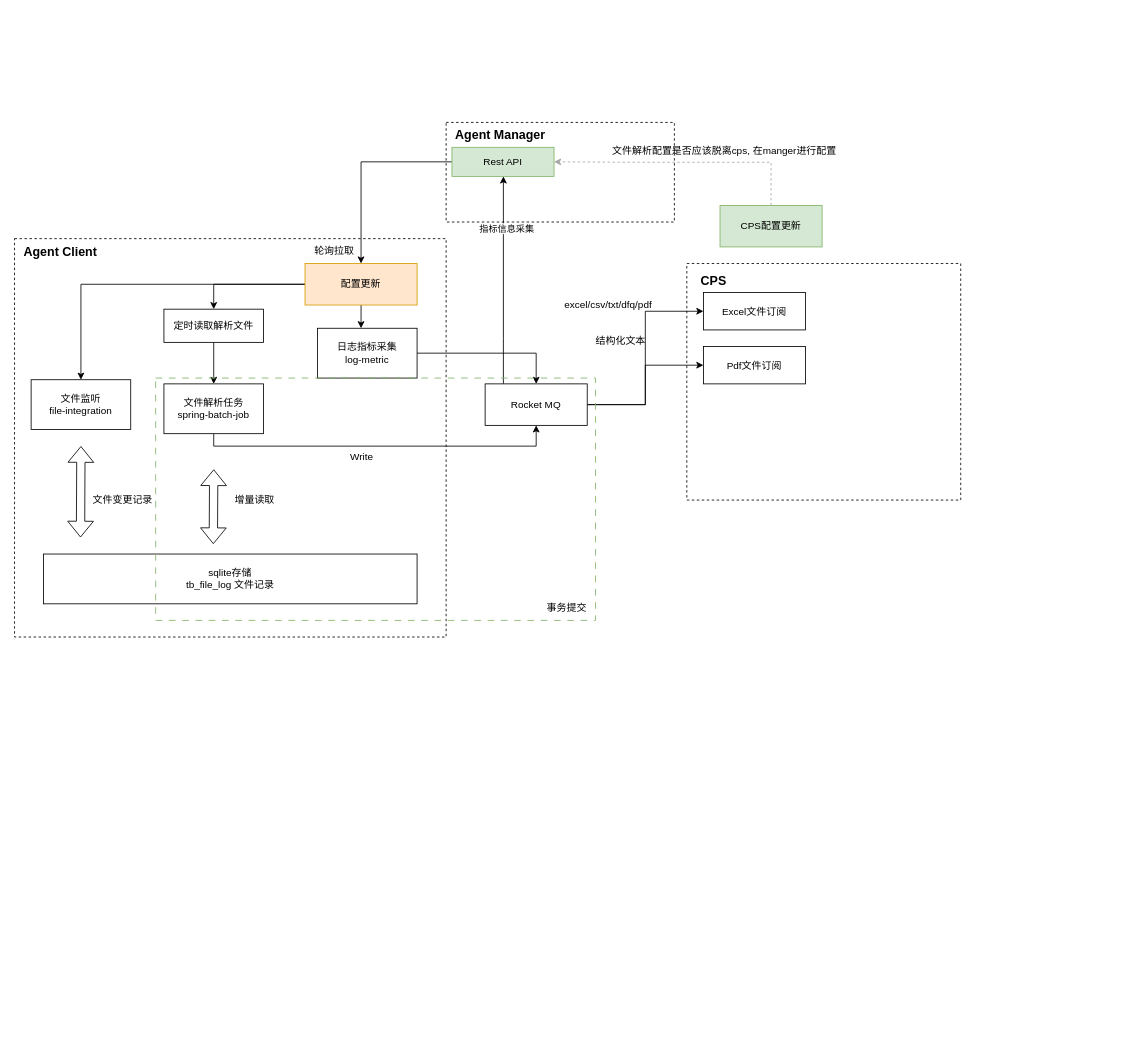
This is 文件解析整体设计.drawio from liangleiA/MyRepository, a draw.io file, before an edit. Source tidied: cells renumbered, new cells numbered last; positions are measured from the earlier drawing's top-left corner, leaving out a move shared by most shapes. Both pictures are drawn from the tidied source at 83%, with x=0, y=0 at pixel (14, 122).
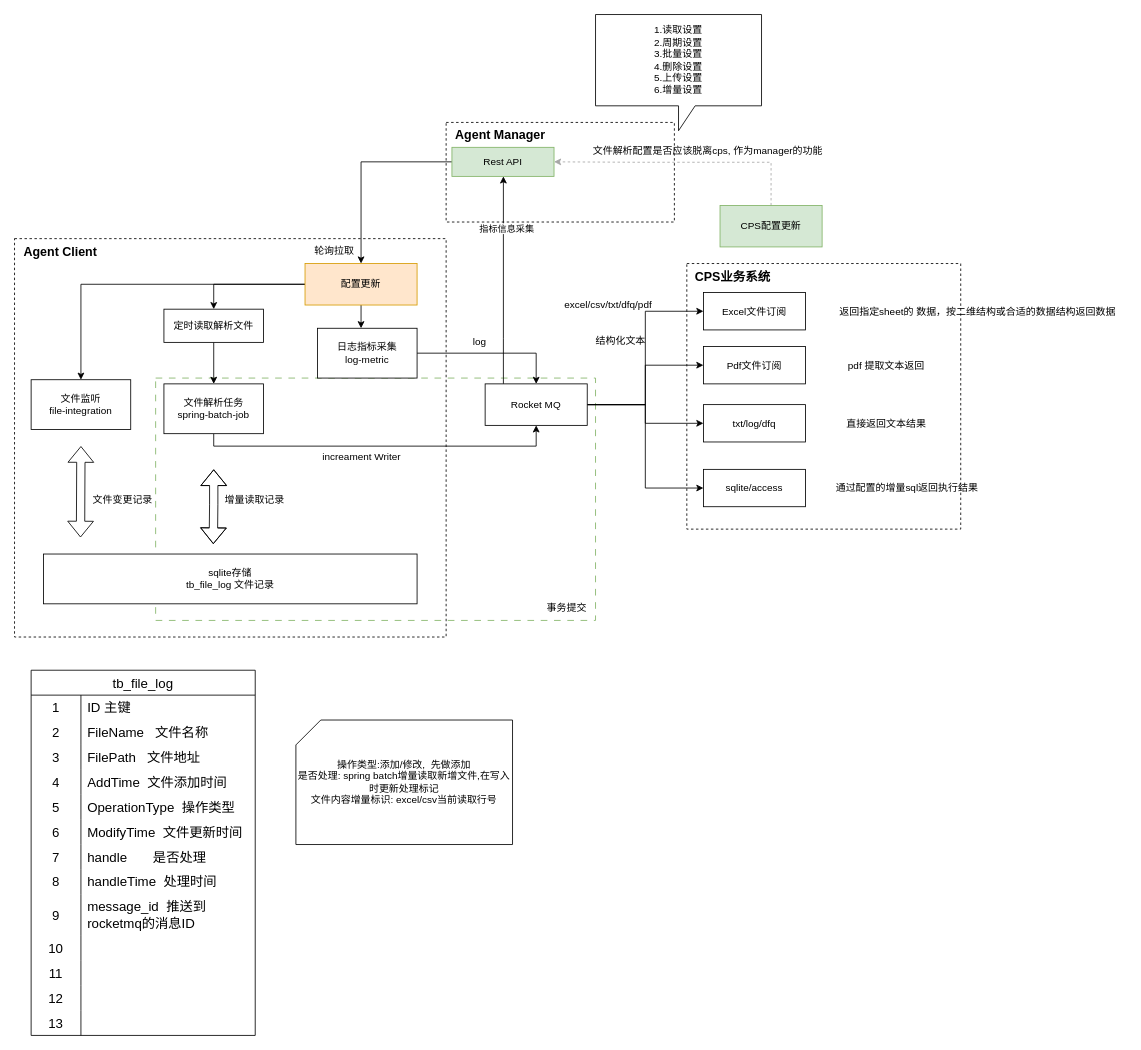
After the change.

Commit message:
更新文件解析整体设计.drawio

Unchanged cells that the change refers to:
```xml
<mxCell id="20" value="Rocket MQ" style="rounded=0;whiteSpace=wrap;html=1;" parent="1" vertex="1">
  <mxGeometry x="567" y="315" width="123" height="50" as="geometry" />
</mxCell>
```

Diff of the diagram source:
```diff
@@
+    <mxCell id="40" style="rounded=0;whiteSpace=wrap;html=1;fillColor=none;dashed=1;dashPattern=8 8;strokeColor=#82B366;" parent="1" vertex="1">
+      <mxGeometry x="170" y="308" width="530" height="292" as="geometry" />
+    </mxCell>
@@
+    <mxCell id="42" style="edgeStyle=orthogonalEdgeStyle;rounded=0;jettySize=auto;html=1;" parent="1" edge="1" source="20" target="46">
+      <mxGeometry relative="1" as="geometry" />
+    </mxCell>
+    <mxCell id="43" style="edgeStyle=orthogonalEdgeStyle;rounded=0;jettySize=auto;html=1;entryX=0;entryY=0.5;entryDx=0;entryDy=0;" parent="1" edge="1" source="20" target="48">
+      <mxGeometry relative="1" as="geometry" />
+    </mxCell>
@@
-    <mxCell id="21" value="Write" style="text;html=1;align=center;verticalAlign=middle;strokeColor=none;fillColor=none;" parent="1" vertex="1">
-      <mxGeometry x="392.5" y="388" width="50" height="30" as="geometry" />
+    <mxCell id="21" value="increament Writer" style="text;html=1;align=center;verticalAlign=middle;strokeColor=none;fillColor=none;" parent="1" vertex="1">
+      <mxGeometry x="357.5" y="388" width="120" height="30" as="geometry" />
     </mxCell>
@@
-    <mxCell id="24" value="增量读取" style="text;html=1;align=center;verticalAlign=middle;strokeColor=none;fillColor=none;" parent="1" vertex="1">
-      <mxGeometry x="254" y="440" width="70" height="30" as="geometry" />
+    <mxCell id="24" value="增量读取记录" style="text;html=1;align=center;verticalAlign=middle;strokeColor=none;fillColor=none;" parent="1" vertex="1">
+      <mxGeometry x="239" y="440" width="100" height="30" as="geometry" />
     </mxCell>
@@
-    <mxCell id="33" value="文件解析配置是否应该脱离cps, 在manger进行配置" style="text;html=1;align=center;verticalAlign=middle;strokeColor=none;fillColor=none;" parent="1" vertex="1">
-      <mxGeometry x="710" y="20" width="290" height="30" as="geometry" />
+    <mxCell id="33" value="文件解析配置是否应该脱离cps, 作为manager的功能" style="text;html=1;align=center;verticalAlign=middle;strokeColor=none;fillColor=none;" parent="1" vertex="1">
+      <mxGeometry x="685" y="20" width="300" height="30" as="geometry" />
     </mxCell>
     <mxCell id="34" style="rounded=0;whiteSpace=wrap;html=1;dashed=1;fillColor=none;" parent="1" vertex="1">
-      <mxGeometry x="810" y="170" width="330" height="285" as="geometry" />
+      <mxGeometry x="810" y="170" width="330" height="320" as="geometry" />
     </mxCell>
-    <mxCell id="35" value="CPS" style="text;html=1;align=center;verticalAlign=middle;strokeColor=none;fillColor=none;fontStyle=1;fontSize=15;" parent="1" vertex="1">
-      <mxGeometry x="817" y="175" width="50" height="30" as="geometry" />
+    <mxCell id="35" value="CPS业务系统" style="text;html=1;align=center;verticalAlign=middle;strokeColor=none;fillColor=none;fontStyle=1;fontSize=15;" parent="1" vertex="1">
+      <mxGeometry x="810" y="170" width="110" height="30" as="geometry" />
     </mxCell>
@@
     <mxCell id="39" style="shape=flexArrow;endArrow=classic;startArrow=classic;html=1;rounded=0;" parent="1" edge="1">
       <mxGeometry relative="1" as="geometry">
         <mxPoint x="239.5" y="508" as="sourcePoint" />
         <mxPoint x="240" y="418" as="targetPoint" />
+        <Array as="points">
+          <mxPoint x="240" y="460" />
+        </Array>
       </mxGeometry>
     </mxCell>
-    <mxCell id="40" style="rounded=0;whiteSpace=wrap;html=1;fillColor=none;dashed=1;dashPattern=8 8;strokeColor=#82B366;" parent="1" vertex="1">
-      <mxGeometry x="170" y="308" width="530" height="292" as="geometry" />
-    </mxCell>
@@
+    <mxCell id="44" value="&lt;div class=&quot;lake-content&quot;&gt;返回指定sheet的 数据，按二维结构或合适的数据结构返回数据&lt;/div&gt;" style="text;html=1;align=center;verticalAlign=middle;strokeColor=none;fillColor=none;" parent="1" vertex="1">
+      <mxGeometry x="980" y="212.5" width="360" height="30" as="geometry" />
+    </mxCell>
+    <mxCell id="45" value="&lt;div class=&quot;lake-content&quot;&gt;pdf 提取文本返回&lt;/div&gt;" style="text;html=1;align=center;verticalAlign=middle;strokeColor=none;fillColor=none;" parent="1" vertex="1">
+      <mxGeometry x="990" y="277.5" width="120" height="30" as="geometry" />
+    </mxCell>
+    <mxCell id="46" value="txt/log/dfq" style="rounded=0;whiteSpace=wrap;html=1;" parent="1" vertex="1">
+      <mxGeometry x="830" y="340" width="123" height="45" as="geometry" />
+    </mxCell>
+    <mxCell id="47" value="&lt;div class=&quot;lake-content&quot;&gt;直接返回文本结果&lt;/div&gt;" style="text;html=1;align=center;verticalAlign=middle;strokeColor=none;fillColor=none;" parent="1" vertex="1">
+      <mxGeometry x="990" y="347.5" width="120" height="30" as="geometry" />
+    </mxCell>
+    <mxCell id="48" value="sqlite/access" style="rounded=0;whiteSpace=wrap;html=1;" parent="1" vertex="1">
+      <mxGeometry x="830" y="418" width="123" height="45" as="geometry" />
+    </mxCell>
+    <mxCell id="49" value="通过配置的增量sql返回执行结果" style="text;html=1;align=center;verticalAlign=middle;strokeColor=none;fillColor=none;" parent="1" vertex="1">
+      <mxGeometry x="980" y="425.5" width="190" height="30" as="geometry" />
+    </mxCell>
+    <mxCell id="50" value="log" style="text;html=1;align=center;verticalAlign=middle;strokeColor=none;fillColor=none;" parent="1" vertex="1">
+      <mxGeometry x="540" y="250" width="40" height="30" as="geometry" />
+    </mxCell>
+    <mxCell id="51" value="1.读取设置&lt;br&gt;2.周期设置&lt;br&gt;3.批量设置&lt;br&gt;4.删除设置&lt;br&gt;5.上传设置&lt;br&gt;6.增量设置" style="shape=callout;whiteSpace=wrap;html=1;perimeter=calloutPerimeter;" parent="1" vertex="1">
+      <mxGeometry x="700" y="-130" width="200" height="140" as="geometry" />
+    </mxCell>
+    <mxCell id="52" value="tb_file_log" style="shape=table;startSize=30;childLayout=tableLayout;rowLines=0;fontStyle=0;strokeColor=default;fontSize=16;" parent="1" vertex="1">
+      <mxGeometry x="20" y="660" width="270" height="440" as="geometry" />
+    </mxCell>
+    <mxCell id="53" style="shape=tableRow;horizontal=0;startSize=0;swimlaneHead=0;swimlaneBody=0;top=0;left=0;bottom=0;right=0;fillColor=none;strokeColor=inherit;fontSize=16;" parent="52" vertex="1">
+      <mxGeometry y="30" width="270" height="30" as="geometry" />
+    </mxCell>
+    <mxCell id="54" value="1" style="shape=partialRectangle;html=1;whiteSpace=wrap;fillColor=none;top=0;left=0;bottom=0;right=0;overflow=hidden;strokeColor=inherit;fontSize=16;" parent="53" vertex="1">
+      <mxGeometry width="60" height="30" as="geometry" />
+    </mxCell>
+    <mxCell id="55" value="ID 主键" style="shape=partialRectangle;html=1;whiteSpace=wrap;fillColor=none;top=0;left=0;bottom=0;right=0;align=left;spacingLeft=6;overflow=hidden;strokeColor=inherit;fontSize=16;" parent="53" vertex="1">
+      <mxGeometry x="60" width="210" height="30" as="geometry" />
+    </mxCell>
+    <mxCell id="56" style="shape=tableRow;horizontal=0;startSize=0;swimlaneHead=0;swimlaneBody=0;top=0;left=0;bottom=0;right=0;fillColor=none;strokeColor=inherit;fontSize=16;" parent="52" vertex="1">
+      <mxGeometry y="60" width="270" height="30" as="geometry" />
+    </mxCell>
+    <mxCell id="57" value="2" style="shape=partialRectangle;html=1;whiteSpace=wrap;fillColor=none;top=0;left=0;bottom=0;right=0;overflow=hidden;strokeColor=inherit;fontSize=16;" parent="56" vertex="1">
+      <mxGeometry width="60" height="30" as="geometry" />
+    </mxCell>
+    <mxCell id="58" value="FileName&amp;nbsp; &amp;nbsp;文件名称" style="shape=partialRectangle;html=1;whiteSpace=wrap;fillColor=none;top=0;left=0;bottom=0;right=0;align=left;spacingLeft=6;overflow=hidden;strokeColor=inherit;fontSize=16;" parent="56" vertex="1">
+      <mxGeometry x="60" width="210" height="30" as="geometry" />
+    </mxCell>
+    <mxCell id="59" style="shape=tableRow;horizontal=0;startSize=0;swimlaneHead=0;swimlaneBody=0;top=0;left=0;bottom=0;right=0;fillColor=none;strokeColor=inherit;fontSize=16;" parent="52" vertex="1">
+      <mxGeometry y="90" width="270" height="30" as="geometry" />
+    </mxCell>
+    <mxCell id="60" value="3" style="shape=partialRectangle;html=1;whiteSpace=wrap;fillColor=none;top=0;left=0;bottom=0;right=0;overflow=hidden;strokeColor=inherit;fontSize=16;" parent="59" vertex="1">
+      <mxGeometry width="60" height="30" as="geometry" />
+    </mxCell>
+    <mxCell id="61" value="FilePath&amp;nbsp; &amp;nbsp;文件地址" style="shape=partialRectangle;html=1;whiteSpace=wrap;fillColor=none;top=0;left=0;bottom=0;right=0;align=left;spacingLeft=6;overflow=hidden;strokeColor=inherit;fontSize=16;" parent="59" vertex="1">
+      <mxGeometry x="60" width="210" height="30" as="geometry" />
+    </mxCell>
+    <mxCell id="62" style="shape=tableRow;horizontal=0;startSize=0;swimlaneHead=0;swimlaneBody=0;top=0;left=0;bottom=0;right=0;fillColor=none;strokeColor=inherit;fontSize=16;" parent="52" vertex="1">
+      <mxGeometry y="120" width="270" height="30" as="geometry" />
+    </mxCell>
+    <mxCell id="63" value="4" style="shape=partialRectangle;html=1;whiteSpace=wrap;fillColor=none;top=0;left=0;bottom=0;right=0;overflow=hidden;strokeColor=inherit;fontSize=16;" parent="62" vertex="1">
+      <mxGeometry width="60" height="30" as="geometry" />
+    </mxCell>
+    <mxCell id="64" value="AddTime&amp;nbsp; 文件添加时间" style="shape=partialRectangle;html=1;whiteSpace=wrap;fillColor=none;top=0;left=0;bottom=0;right=0;align=left;spacingLeft=6;overflow=hidden;strokeColor=inherit;fontSize=16;" parent="62" vertex="1">
+      <mxGeometry x="60" width="210" height="30" as="geometry" />
+    </mxCell>
+    <mxCell id="65" style="shape=tableRow;horizontal=0;startSize=0;swimlaneHead=0;swimlaneBody=0;top=0;left=0;bottom=0;right=0;fillColor=none;strokeColor=inherit;fontSize=16;" parent="52" vertex="1">
+      <mxGeometry y="150" width="270" height="30" as="geometry" />
+    </mxCell>
+    <mxCell id="66" value="5" style="shape=partialRectangle;html=1;whiteSpace=wrap;fillColor=none;top=0;left=0;bottom=0;right=0;overflow=hidden;strokeColor=inherit;fontSize=16;" parent="65" vertex="1">
+      <mxGeometry width="60" height="30" as="geometry" />
+    </mxCell>
+    <mxCell id="67" value="OperationType&amp;nbsp; 操作类型" style="shape=partialRectangle;html=1;whiteSpace=wrap;fillColor=none;top=0;left=0;bottom=0;right=0;align=left;spacingLeft=6;overflow=hidden;strokeColor=inherit;fontSize=16;" parent="65" vertex="1">
+      <mxGeometry x="60" width="210" height="30" as="geometry" />
+    </mxCell>
+    <mxCell id="68" style="shape=tableRow;horizontal=0;startSize=0;swimlaneHead=0;swimlaneBody=0;top=0;left=0;bottom=0;right=0;fillColor=none;strokeColor=inherit;fontSize=16;" parent="52" vertex="1">
+      <mxGeometry y="180" width="270" height="30" as="geometry" />
+    </mxCell>
+    <mxCell id="69" value="6" style="shape=partialRectangle;html=1;whiteSpace=wrap;fillColor=none;top=0;left=0;bottom=0;right=0;overflow=hidden;strokeColor=inherit;fontSize=16;" parent="68" vertex="1">
+      <mxGeometry width="60" height="30" as="geometry" />
+    </mxCell>
+    <mxCell id="70" value="ModifyTime&amp;nbsp; 文件更新时间" style="shape=partialRectangle;html=1;whiteSpace=wrap;fillColor=none;top=0;left=0;bottom=0;right=0;align=left;spacingLeft=6;overflow=hidden;strokeColor=inherit;fontSize=16;" parent="68" vertex="1">
+      <mxGeometry x="60" width="210" height="30" as="geometry" />
+    </mxCell>
+    <mxCell id="71" style="shape=tableRow;horizontal=0;startSize=0;swimlaneHead=0;swimlaneBody=0;top=0;left=0;bottom=0;right=0;fillColor=none;strokeColor=inherit;fontSize=16;" parent="52" vertex="1">
+      <mxGeometry y="210" width="270" height="30" as="geometry" />
+    </mxCell>
+    <mxCell id="72" value="7" style="shape=partialRectangle;html=1;whiteSpace=wrap;fillColor=none;top=0;left=0;bottom=0;right=0;overflow=hidden;strokeColor=inherit;fontSize=16;" parent="71" vertex="1">
+      <mxGeometry width="60" height="30" as="geometry" />
+    </mxCell>
+    <mxCell id="73" value="handle&amp;nbsp; &amp;nbsp; &amp;nbsp; &amp;nbsp;是否处理" style="shape=partialRectangle;html=1;whiteSpace=wrap;fillColor=none;top=0;left=0;bottom=0;right=0;align=left;spacingLeft=6;overflow=hidden;strokeColor=inherit;fontSize=16;" parent="71" vertex="1">
+      <mxGeometry x="60" width="210" height="30" as="geometry" />
+    </mxCell>
+    <mxCell id="74" style="shape=tableRow;horizontal=0;startSize=0;swimlaneHead=0;swimlaneBody=0;top=0;left=0;bottom=0;right=0;fillColor=none;strokeColor=inherit;fontSize=16;" parent="52" vertex="1">
+      <mxGeometry y="240" width="270" height="30" as="geometry" />
+    </mxCell>
+    <mxCell id="75" value="8" style="shape=partialRectangle;html=1;whiteSpace=wrap;fillColor=none;top=0;left=0;bottom=0;right=0;overflow=hidden;strokeColor=inherit;fontSize=16;" parent="74" vertex="1">
+      <mxGeometry width="60" height="30" as="geometry" />
+    </mxCell>
+    <mxCell id="76" value="handleTime&amp;nbsp; 处理时间" style="shape=partialRectangle;html=1;whiteSpace=wrap;fillColor=none;top=0;left=0;bottom=0;right=0;align=left;spacingLeft=6;overflow=hidden;strokeColor=inherit;fontSize=16;" parent="74" vertex="1">
+      <mxGeometry x="60" width="210" height="30" as="geometry" />
+    </mxCell>
+    <mxCell id="77" style="shape=tableRow;horizontal=0;startSize=0;swimlaneHead=0;swimlaneBody=0;top=0;left=0;bottom=0;right=0;fillColor=none;strokeColor=inherit;fontSize=16;" parent="52" vertex="1">
+      <mxGeometry y="270" width="270" height="50" as="geometry" />
+    </mxCell>
+    <mxCell id="78" value="9" style="shape=partialRectangle;html=1;whiteSpace=wrap;fillColor=none;top=0;left=0;bottom=0;right=0;overflow=hidden;strokeColor=inherit;fontSize=16;" parent="77" vertex="1">
+      <mxGeometry width="60" height="50" as="geometry" />
+    </mxCell>
+    <mxCell id="79" value="message_id&amp;nbsp; 推送到rocketmq的消息ID" style="shape=partialRectangle;html=1;whiteSpace=wrap;fillColor=none;top=0;left=0;bottom=0;right=0;align=left;spacingLeft=6;overflow=hidden;strokeColor=inherit;fontSize=16;" parent="77" vertex="1">
+      <mxGeometry x="60" width="210" height="50" as="geometry" />
+    </mxCell>
+    <mxCell id="80" style="shape=tableRow;horizontal=0;startSize=0;swimlaneHead=0;swimlaneBody=0;top=0;left=0;bottom=0;right=0;fillColor=none;strokeColor=inherit;fontSize=16;" parent="52" vertex="1">
+      <mxGeometry y="320" width="270" height="30" as="geometry" />
+    </mxCell>
+    <mxCell id="81" value="10" style="shape=partialRectangle;html=1;whiteSpace=wrap;fillColor=none;top=0;left=0;bottom=0;right=0;overflow=hidden;strokeColor=inherit;fontSize=16;" parent="80" vertex="1">
+      <mxGeometry width="60" height="30" as="geometry" />
+    </mxCell>
+    <mxCell id="82" style="shape=partialRectangle;html=1;whiteSpace=wrap;fillColor=none;top=0;left=0;bottom=0;right=0;align=left;spacingLeft=6;overflow=hidden;strokeColor=inherit;fontSize=16;" parent="80" vertex="1">
+      <mxGeometry x="60" width="210" height="30" as="geometry" />
+    </mxCell>
+    <mxCell id="83" style="shape=tableRow;horizontal=0;startSize=0;swimlaneHead=0;swimlaneBody=0;top=0;left=0;bottom=0;right=0;fillColor=none;strokeColor=inherit;fontSize=16;" parent="52" vertex="1">
+      <mxGeometry y="350" width="270" height="30" as="geometry" />
+    </mxCell>
+    <mxCell id="84" value="11" style="shape=partialRectangle;html=1;whiteSpace=wrap;fillColor=none;top=0;left=0;bottom=0;right=0;overflow=hidden;strokeColor=inherit;fontSize=16;" parent="83" vertex="1">
+      <mxGeometry width="60" height="30" as="geometry" />
+    </mxCell>
+    <mxCell id="85" style="shape=partialRectangle;html=1;whiteSpace=wrap;fillColor=none;top=0;left=0;bottom=0;right=0;align=left;spacingLeft=6;overflow=hidden;strokeColor=inherit;fontSize=16;" parent="83" vertex="1">
+      <mxGeometry x="60" width="210" height="30" as="geometry" />
+    </mxCell>
+    <mxCell id="86" style="shape=tableRow;horizontal=0;startSize=0;swimlaneHead=0;swimlaneBody=0;top=0;left=0;bottom=0;right=0;fillColor=none;strokeColor=inherit;fontSize=16;" parent="52" vertex="1">
+      <mxGeometry y="380" width="270" height="30" as="geometry" />
+    </mxCell>
+    <mxCell id="87" value="12" style="shape=partialRectangle;html=1;whiteSpace=wrap;fillColor=none;top=0;left=0;bottom=0;right=0;overflow=hidden;strokeColor=inherit;fontSize=16;" parent="86" vertex="1">
+      <mxGeometry width="60" height="30" as="geometry" />
+    </mxCell>
+    <mxCell id="88" style="shape=partialRectangle;html=1;whiteSpace=wrap;fillColor=none;top=0;left=0;bottom=0;right=0;align=left;spacingLeft=6;overflow=hidden;strokeColor=inherit;fontSize=16;" parent="86" vertex="1">
+      <mxGeometry x="60" width="210" height="30" as="geometry" />
+    </mxCell>
+    <mxCell id="89" style="shape=tableRow;horizontal=0;startSize=0;swimlaneHead=0;swimlaneBody=0;top=0;left=0;bottom=0;right=0;fillColor=none;strokeColor=inherit;fontSize=16;" parent="52" vertex="1">
+      <mxGeometry y="410" width="270" height="30" as="geometry" />
+    </mxCell>
+    <mxCell id="90" value="13" style="shape=partialRectangle;html=1;whiteSpace=wrap;fillColor=none;top=0;left=0;bottom=0;right=0;overflow=hidden;strokeColor=inherit;fontSize=16;" parent="89" vertex="1">
+      <mxGeometry width="60" height="30" as="geometry" />
+    </mxCell>
+    <mxCell id="91" style="shape=partialRectangle;html=1;whiteSpace=wrap;fillColor=none;top=0;left=0;bottom=0;right=0;align=left;spacingLeft=6;overflow=hidden;strokeColor=inherit;fontSize=16;" parent="89" vertex="1">
+      <mxGeometry x="60" width="210" height="30" as="geometry" />
+    </mxCell>
+    <mxCell id="92" value="操作类型:添加/修改,&amp;nbsp; 先做添加&lt;br&gt;是否处理: spring batch增量读取新增文件,在写入时更新处理标记&lt;br&gt;文件内容增量标识: excel/csv当前读取行号" style="shape=card;whiteSpace=wrap;html=1;" parent="1" vertex="1">
+      <mxGeometry x="339" y="720" width="261" height="150" as="geometry" />
+    </mxCell>
```
